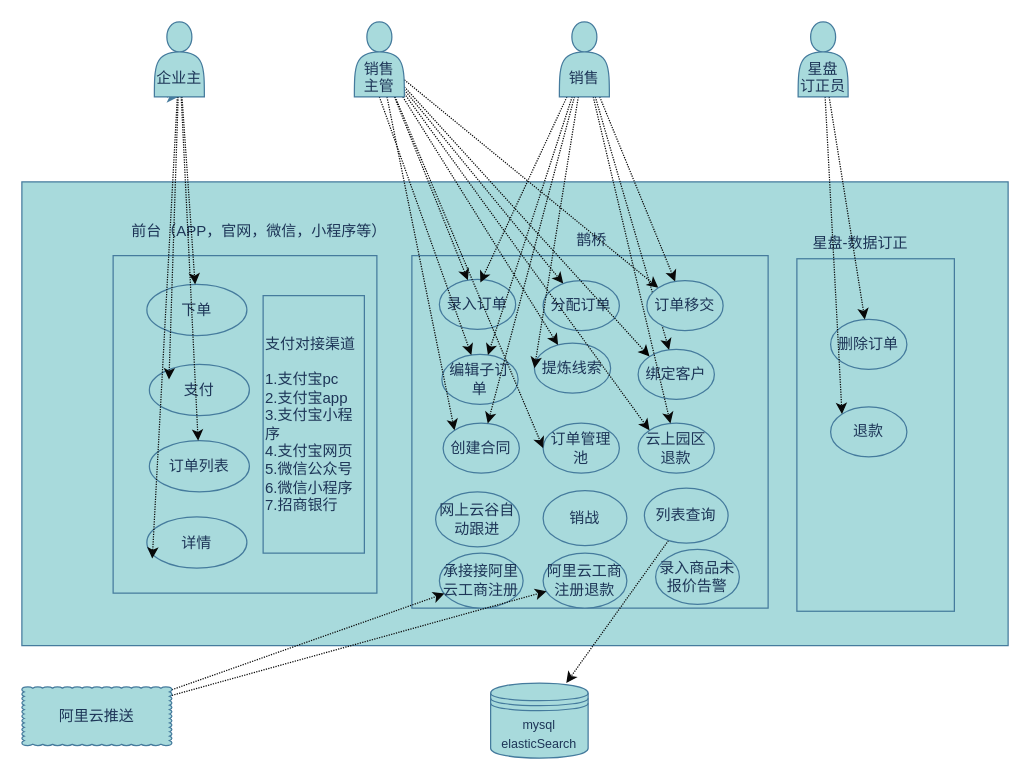
This is 订单用例.drawio from zhaoershuang/flow-chart, a draw.io file, before an edit. Source tidied: cells renumbered, new cells numbered last; positions are measured from the earlier drawing's top-left corner, leaving out a move shared by most shapes. Both pictures are drawn from the tidied source at 125%, with x=0, y=0 at pixel (21, 21).
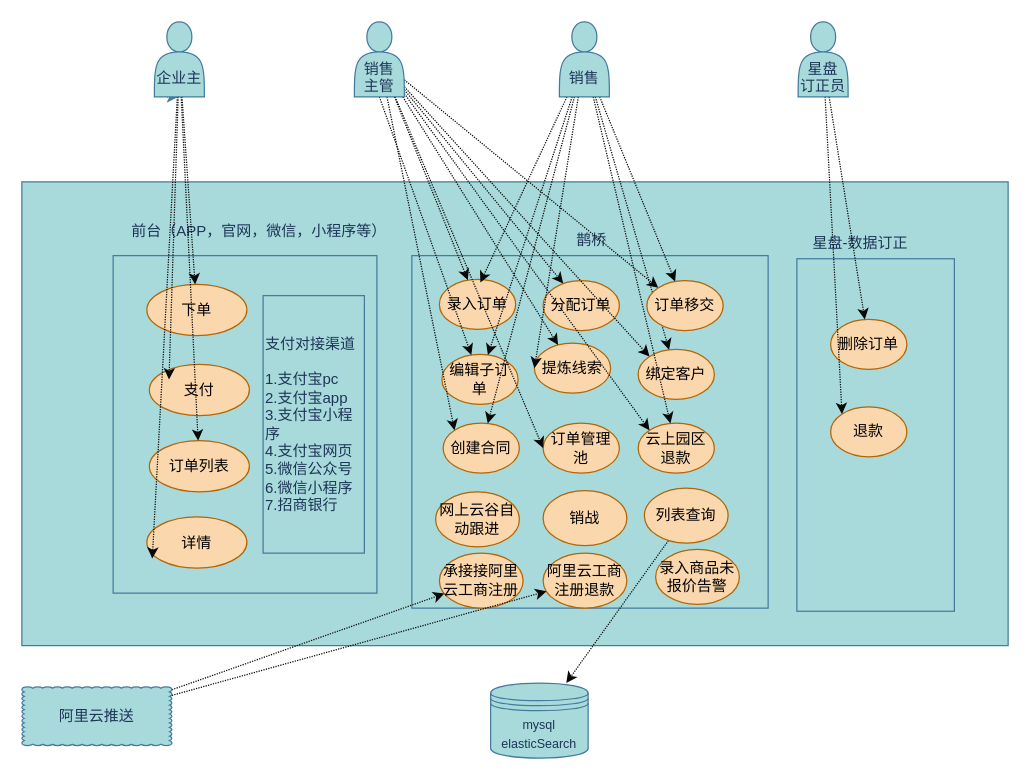
After the change.

Commit message:
更新订单用例.drawio

The edit, as a diff of the source:
```diff
@@
-    <mxCell id="5" value="下单" style="ellipse;whiteSpace=wrap;html=1;glass=0;fillColor=#A8DADC;strokeColor=#457B9D;fontColor=#1D3557;" parent="1" vertex="1">
+    <mxCell id="5" value="下单" style="ellipse;whiteSpace=wrap;html=1;glass=0;fillColor=#fad7ac;strokeColor=#b46504;" parent="1" vertex="1">
       <mxGeometry x="100" y="210" width="80" height="41" as="geometry" />
     </mxCell>
-    <mxCell id="6" value="支付" style="ellipse;whiteSpace=wrap;html=1;glass=0;fillColor=#A8DADC;strokeColor=#457B9D;fontColor=#1D3557;" parent="1" vertex="1">
+    <mxCell id="6" value="支付" style="ellipse;whiteSpace=wrap;html=1;glass=0;fillColor=#fad7ac;strokeColor=#b46504;" parent="1" vertex="1">
       <mxGeometry x="102" y="274" width="80" height="41" as="geometry" />
     </mxCell>
-    <mxCell id="7" value="订单列表" style="ellipse;whiteSpace=wrap;html=1;glass=0;fillColor=#A8DADC;strokeColor=#457B9D;fontColor=#1D3557;" parent="1" vertex="1">
+    <mxCell id="7" value="订单列表" style="ellipse;whiteSpace=wrap;html=1;glass=0;fillColor=#fad7ac;strokeColor=#b46504;" parent="1" vertex="1">
       <mxGeometry x="102" y="335" width="80" height="41" as="geometry" />
     </mxCell>
-    <mxCell id="8" value="详情" style="ellipse;whiteSpace=wrap;html=1;glass=0;fillColor=#A8DADC;strokeColor=#457B9D;fontColor=#1D3557;" parent="1" vertex="1">
+    <mxCell id="8" value="详情" style="ellipse;whiteSpace=wrap;html=1;glass=0;fillColor=#fad7ac;strokeColor=#b46504;" parent="1" vertex="1">
       <mxGeometry x="100" y="396" width="80" height="41" as="geometry" />
     </mxCell>
@@
-    <mxCell id="11" value="录入订单" style="ellipse;whiteSpace=wrap;html=1;glass=0;fillColor=#A8DADC;strokeColor=#457B9D;fontColor=#1D3557;" parent="1" vertex="1">
+    <mxCell id="11" value="录入订单" style="ellipse;whiteSpace=wrap;html=1;glass=0;fillColor=#fad7ac;strokeColor=#b46504;" parent="1" vertex="1">
       <mxGeometry x="334" y="206" width="61" height="40" as="geometry" />
     </mxCell>
-    <mxCell id="12" value="分配订单" style="ellipse;whiteSpace=wrap;html=1;glass=0;fillColor=#A8DADC;strokeColor=#457B9D;fontColor=#1D3557;" parent="1" vertex="1">
+    <mxCell id="12" value="分配订单" style="ellipse;whiteSpace=wrap;html=1;glass=0;fillColor=#fad7ac;strokeColor=#b46504;" parent="1" vertex="1">
       <mxGeometry x="417" y="207" width="61" height="40" as="geometry" />
     </mxCell>
-    <mxCell id="13" value="绑定客户" style="ellipse;whiteSpace=wrap;html=1;glass=0;fillColor=#A8DADC;strokeColor=#457B9D;fontColor=#1D3557;" parent="1" vertex="1">
+    <mxCell id="13" value="绑定客户" style="ellipse;whiteSpace=wrap;html=1;glass=0;fillColor=#fad7ac;strokeColor=#b46504;" parent="1" vertex="1">
       <mxGeometry x="493" y="262" width="61" height="40" as="geometry" />
     </mxCell>
-    <mxCell id="14" value="编辑子订单" style="ellipse;whiteSpace=wrap;html=1;glass=0;fillColor=#A8DADC;strokeColor=#457B9D;fontColor=#1D3557;" parent="1" vertex="1">
+    <mxCell id="14" value="编辑子订单" style="ellipse;whiteSpace=wrap;html=1;glass=0;fillColor=#fad7ac;strokeColor=#b46504;" parent="1" vertex="1">
       <mxGeometry x="336" y="266" width="61" height="40" as="geometry" />
     </mxCell>
-    <mxCell id="15" value="云上园区退款" style="ellipse;whiteSpace=wrap;html=1;glass=0;fillColor=#A8DADC;strokeColor=#457B9D;fontColor=#1D3557;" parent="1" vertex="1">
+    <mxCell id="15" value="云上园区退款" style="ellipse;whiteSpace=wrap;html=1;glass=0;fillColor=#fad7ac;strokeColor=#b46504;" parent="1" vertex="1">
       <mxGeometry x="493" y="321" width="61" height="40" as="geometry" />
     </mxCell>
-    <mxCell id="16" value="订单管理池" style="ellipse;whiteSpace=wrap;html=1;glass=0;fillColor=#A8DADC;strokeColor=#457B9D;fontColor=#1D3557;" parent="1" vertex="1">
+    <mxCell id="16" value="订单管理池" style="ellipse;whiteSpace=wrap;html=1;glass=0;fillColor=#fad7ac;strokeColor=#b46504;" parent="1" vertex="1">
       <mxGeometry x="417" y="321" width="61" height="40" as="geometry" />
     </mxCell>
@@
-    <mxCell id="18" value="提炼线索" style="ellipse;whiteSpace=wrap;html=1;glass=0;fillColor=#A8DADC;strokeColor=#457B9D;fontColor=#1D3557;" parent="1" vertex="1">
+    <mxCell id="18" value="提炼线索" style="ellipse;whiteSpace=wrap;html=1;glass=0;fillColor=#fad7ac;strokeColor=#b46504;" parent="1" vertex="1">
       <mxGeometry x="410" y="257" width="61" height="40" as="geometry" />
     </mxCell>
-    <mxCell id="19" value="承接接阿里云工商注册" style="ellipse;whiteSpace=wrap;html=1;glass=0;fillColor=#A8DADC;strokeColor=#457B9D;fontColor=#1D3557;" parent="1" vertex="1">
+    <mxCell id="19" value="承接接阿里云工商注册" style="ellipse;whiteSpace=wrap;html=1;glass=0;fillColor=#fad7ac;strokeColor=#b46504;" parent="1" vertex="1">
       <mxGeometry x="334" y="425" width="67" height="44" as="geometry" />
     </mxCell>
-    <mxCell id="20" value="阿里云工商注册退款" style="ellipse;whiteSpace=wrap;html=1;glass=0;fillColor=#A8DADC;strokeColor=#457B9D;fontColor=#1D3557;" parent="1" vertex="1">
+    <mxCell id="20" value="阿里云工商注册退款" style="ellipse;whiteSpace=wrap;html=1;glass=0;fillColor=#fad7ac;strokeColor=#b46504;" parent="1" vertex="1">
       <mxGeometry x="417" y="425" width="67" height="44" as="geometry" />
     </mxCell>
-    <mxCell id="21" value="网上云谷自动跟进" style="ellipse;whiteSpace=wrap;html=1;glass=0;fillColor=#A8DADC;strokeColor=#457B9D;fontColor=#1D3557;" parent="1" vertex="1">
+    <mxCell id="21" value="网上云谷自动跟进" style="ellipse;whiteSpace=wrap;html=1;glass=0;fillColor=#fad7ac;strokeColor=#b46504;" parent="1" vertex="1">
       <mxGeometry x="331" y="376" width="67" height="44" as="geometry" />
     </mxCell>
-    <mxCell id="22" value="销战" style="ellipse;whiteSpace=wrap;html=1;glass=0;fillColor=#A8DADC;strokeColor=#457B9D;fontColor=#1D3557;" parent="1" vertex="1">
+    <mxCell id="22" value="销战" style="ellipse;whiteSpace=wrap;html=1;glass=0;fillColor=#fad7ac;strokeColor=#b46504;" parent="1" vertex="1">
       <mxGeometry x="417" y="375" width="67" height="44" as="geometry" />
     </mxCell>
@@
-    <mxCell id="25" value="删除订单" style="ellipse;whiteSpace=wrap;html=1;glass=0;fillColor=#A8DADC;strokeColor=#457B9D;fontColor=#1D3557;" parent="1" vertex="1">
+    <mxCell id="25" value="删除订单" style="ellipse;whiteSpace=wrap;html=1;glass=0;fillColor=#fad7ac;strokeColor=#b46504;" parent="1" vertex="1">
       <mxGeometry x="647" y="238" width="61" height="40" as="geometry" />
     </mxCell>
-    <mxCell id="26" value="退款" style="ellipse;whiteSpace=wrap;html=1;glass=0;fillColor=#A8DADC;strokeColor=#457B9D;fontColor=#1D3557;" parent="1" vertex="1">
+    <mxCell id="26" value="退款" style="ellipse;whiteSpace=wrap;html=1;glass=0;fillColor=#fad7ac;strokeColor=#b46504;" parent="1" vertex="1">
       <mxGeometry x="647" y="308" width="61" height="40" as="geometry" />
     </mxCell>
-    <mxCell id="27" value="创建合同" style="ellipse;whiteSpace=wrap;html=1;glass=0;fillColor=#A8DADC;strokeColor=#457B9D;fontColor=#1D3557;" parent="1" vertex="1">
+    <mxCell id="27" value="创建合同" style="ellipse;whiteSpace=wrap;html=1;glass=0;fillColor=#fad7ac;strokeColor=#b46504;" parent="1" vertex="1">
       <mxGeometry x="337" y="321" width="61" height="40" as="geometry" />
     </mxCell>
@@
-    <mxCell id="55" value="订单移交" style="ellipse;whiteSpace=wrap;html=1;glass=0;fillColor=#A8DADC;strokeColor=#457B9D;fontColor=#1D3557;" parent="1" vertex="1">
+    <mxCell id="55" value="订单移交" style="ellipse;whiteSpace=wrap;html=1;glass=0;fillColor=#fad7ac;strokeColor=#b46504;" parent="1" vertex="1">
       <mxGeometry x="500" y="207" width="61" height="40" as="geometry" />
     </mxCell>
@@
-    <mxCell id="60" value="列表查询" style="ellipse;whiteSpace=wrap;html=1;glass=0;fillColor=#A8DADC;strokeColor=#457B9D;fontColor=#1D3557;" parent="1" vertex="1">
+    <mxCell id="60" value="列表查询" style="ellipse;whiteSpace=wrap;html=1;glass=0;fillColor=#fad7ac;strokeColor=#b46504;" parent="1" vertex="1">
       <mxGeometry x="498" y="373" width="67" height="44" as="geometry" />
     </mxCell>
@@
-    <mxCell id="62" value="录入商品未报价告警" style="ellipse;whiteSpace=wrap;html=1;glass=0;fillColor=#A8DADC;strokeColor=#457B9D;fontColor=#1D3557;" parent="1" vertex="1">
+    <mxCell id="62" value="录入商品未报价告警" style="ellipse;whiteSpace=wrap;html=1;glass=0;fillColor=#fad7ac;strokeColor=#b46504;" parent="1" vertex="1">
       <mxGeometry x="507" y="422" width="67" height="44" as="geometry" />
     </mxCell>
```
